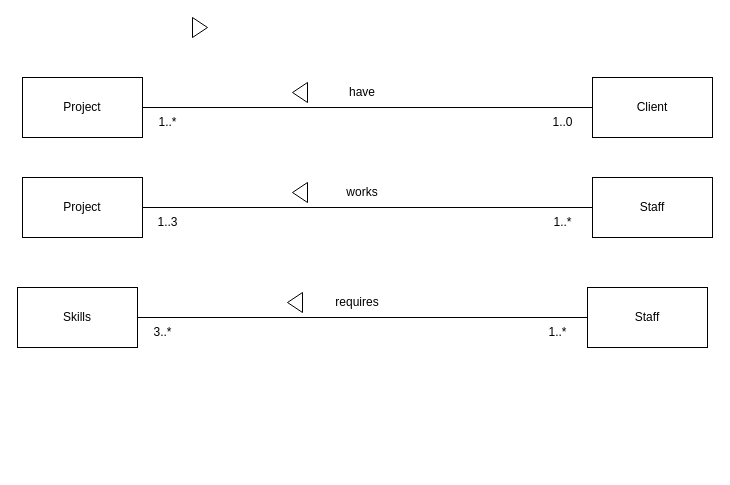
Rumeasiyan/database-systems-IIT-Sri-Lanka keeps this draw.io diagram as tutorial-week02-tut.drawio. Above is the earlier version. Source tidied: cells renumbered, new cells numbered last; positions are measured from the earlier drawing's top-left corner, leaving out a move shared by most shapes. Both pictures are drawn from the tidied source at 100%, with x=0, y=0 at pixel (17, 17).
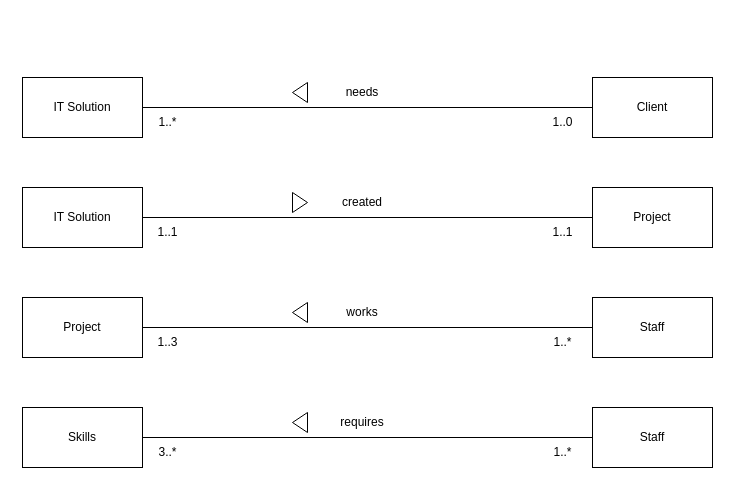
Above is the later version.

Change to the diagram source:
```diff
@@
-    <mxCell id="2" value="Project" style="rounded=0;whiteSpace=wrap;html=1;" parent="1" vertex="1">
+    <mxCell id="2" value="IT Solution" style="rounded=0;whiteSpace=wrap;html=1;" parent="1" vertex="1">
       <mxGeometry x="5" y="60" width="120" height="60" as="geometry" />
     </mxCell>
@@
-    <mxCell id="5" value="have" style="text;html=1;strokeColor=none;fillColor=none;align=center;verticalAlign=middle;whiteSpace=wrap;rounded=0;" parent="1" vertex="1">
+    <mxCell id="5" value="needs" style="text;html=1;strokeColor=none;fillColor=none;align=center;verticalAlign=middle;whiteSpace=wrap;rounded=0;" parent="1" vertex="1">
       <mxGeometry x="285" y="60" width="120" height="30" as="geometry" />
     </mxCell>
     <mxCell id="6" style="triangle;whiteSpace=wrap;html=1;" parent="1" vertex="1">
-      <mxGeometry x="175" width="15" height="20" as="geometry" />
+      <mxGeometry x="275" y="175" width="15" height="20" as="geometry" />
     </mxCell>
@@
     <mxCell id="10" value="Project" style="rounded=0;whiteSpace=wrap;html=1;" parent="1" vertex="1">
-      <mxGeometry x="5" y="160" width="120" height="60" as="geometry" />
+      <mxGeometry x="5" y="280" width="120" height="60" as="geometry" />
     </mxCell>
     <mxCell id="11" value="Staff" style="rounded=0;whiteSpace=wrap;html=1;" parent="1" vertex="1">
-      <mxGeometry x="575" y="160" width="120" height="60" as="geometry" />
+      <mxGeometry x="575" y="280" width="120" height="60" as="geometry" />
     </mxCell>
@@
     <mxCell id="13" value="works" style="text;html=1;strokeColor=none;fillColor=none;align=center;verticalAlign=middle;whiteSpace=wrap;rounded=0;" parent="1" vertex="1">
-      <mxGeometry x="285" y="160" width="120" height="30" as="geometry" />
+      <mxGeometry x="285" y="280" width="120" height="30" as="geometry" />
     </mxCell>
     <mxCell id="14" style="triangle;whiteSpace=wrap;html=1;rotation=-180;" parent="1" vertex="1">
-      <mxGeometry x="275" y="165" width="15" height="20" as="geometry" />
+      <mxGeometry x="275" y="285" width="15" height="20" as="geometry" />
     </mxCell>
     <mxCell id="15" value="1..3" style="text;html=1;align=center;verticalAlign=middle;strokeColor=none;fillColor=none;" parent="1" vertex="1">
-      <mxGeometry x="130" y="190" width="40" height="30" as="geometry" />
+      <mxGeometry x="130" y="310" width="40" height="30" as="geometry" />
     </mxCell>
     <mxCell id="16" value="1..*" style="text;html=1;align=center;verticalAlign=middle;strokeColor=none;fillColor=none;" parent="1" vertex="1">
-      <mxGeometry x="525" y="190" width="40" height="30" as="geometry" />
+      <mxGeometry x="525" y="310" width="40" height="30" as="geometry" />
     </mxCell>
     <mxCell id="17" value="Skills" style="rounded=0;whiteSpace=wrap;html=1;" parent="1" vertex="1">
-      <mxGeometry y="270" width="120" height="60" as="geometry" />
+      <mxGeometry x="5" y="390" width="120" height="60" as="geometry" />
     </mxCell>
     <mxCell id="18" value="Staff" style="rounded=0;whiteSpace=wrap;html=1;" parent="1" vertex="1">
-      <mxGeometry x="570" y="270" width="120" height="60" as="geometry" />
+      <mxGeometry x="575" y="390" width="120" height="60" as="geometry" />
     </mxCell>
@@
     <mxCell id="20" value="requires" style="text;html=1;strokeColor=none;fillColor=none;align=center;verticalAlign=middle;whiteSpace=wrap;rounded=0;" parent="1" vertex="1">
-      <mxGeometry x="280" y="270" width="120" height="30" as="geometry" />
+      <mxGeometry x="285" y="390" width="120" height="30" as="geometry" />
     </mxCell>
     <mxCell id="21" style="triangle;whiteSpace=wrap;html=1;rotation=-180;" parent="1" vertex="1">
-      <mxGeometry x="270" y="275" width="15" height="20" as="geometry" />
+      <mxGeometry x="275" y="395" width="15" height="20" as="geometry" />
     </mxCell>
     <mxCell id="22" value="3..*" style="text;html=1;align=center;verticalAlign=middle;strokeColor=none;fillColor=none;" parent="1" vertex="1">
-      <mxGeometry x="125" y="300" width="40" height="30" as="geometry" />
+      <mxGeometry x="130" y="420" width="40" height="30" as="geometry" />
     </mxCell>
     <mxCell id="23" value="1..*" style="text;html=1;align=center;verticalAlign=middle;strokeColor=none;fillColor=none;" parent="1" vertex="1">
-      <mxGeometry x="520" y="300" width="40" height="30" as="geometry" />
+      <mxGeometry x="525" y="420" width="40" height="30" as="geometry" />
     </mxCell>
+    <mxCell id="24" value="IT Solution" style="rounded=0;whiteSpace=wrap;html=1;" parent="1" vertex="1">
+      <mxGeometry x="5" y="170" width="120" height="60" as="geometry" />
+    </mxCell>
+    <mxCell id="25" value="Project" style="rounded=0;whiteSpace=wrap;html=1;" parent="1" vertex="1">
+      <mxGeometry x="575" y="170" width="120" height="60" as="geometry" />
+    </mxCell>
+    <mxCell id="26" style="endArrow=none;html=1;rounded=0;exitX=1;exitY=0.5;exitDx=0;exitDy=0;entryX=0;entryY=0.5;entryDx=0;entryDy=0;" parent="1" edge="1" source="24" target="25">
+      <mxGeometry relative="1" as="geometry" />
+    </mxCell>
+    <mxCell id="27" value="created" style="text;html=1;strokeColor=none;fillColor=none;align=center;verticalAlign=middle;whiteSpace=wrap;rounded=0;" parent="1" vertex="1">
+      <mxGeometry x="285" y="170" width="120" height="30" as="geometry" />
+    </mxCell>
+    <mxCell id="28" value="1..1" style="text;html=1;align=center;verticalAlign=middle;strokeColor=none;fillColor=none;" parent="1" vertex="1">
+      <mxGeometry x="130" y="200" width="40" height="30" as="geometry" />
+    </mxCell>
+    <mxCell id="29" value="1..1" style="text;html=1;align=center;verticalAlign=middle;strokeColor=none;fillColor=none;" parent="1" vertex="1">
+      <mxGeometry x="525" y="200" width="40" height="30" as="geometry" />
+    </mxCell>
```
